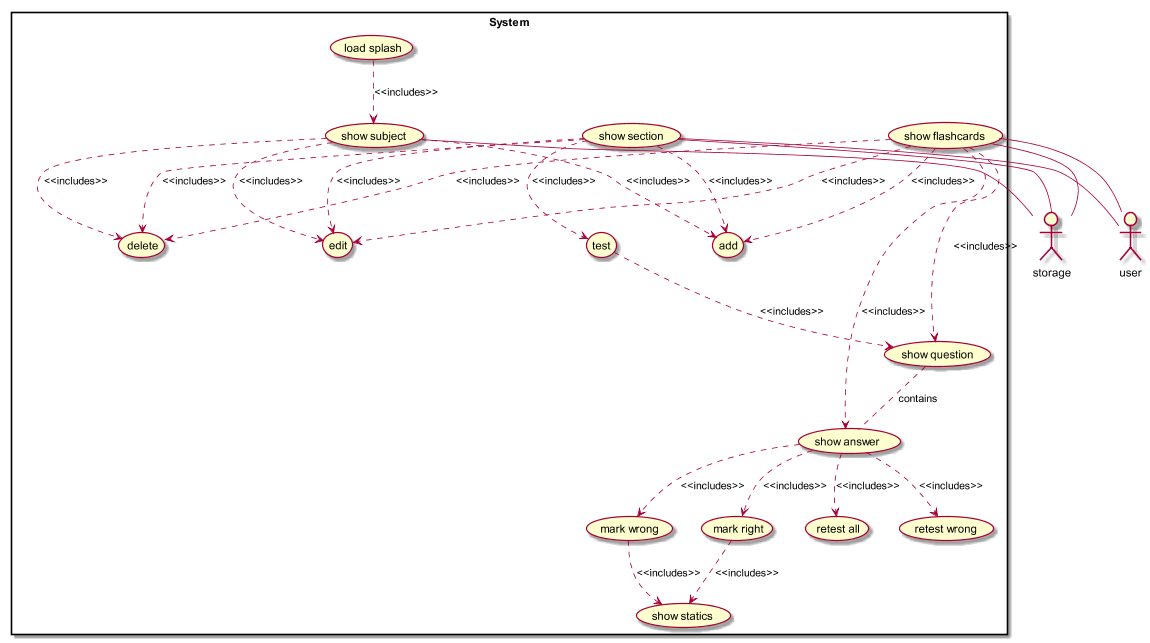
ultiferrago/ElStudioGato keeps this PlantUML diagram as app/UML/Usecase Diagram/Usecase.png. Above is the earlier version.
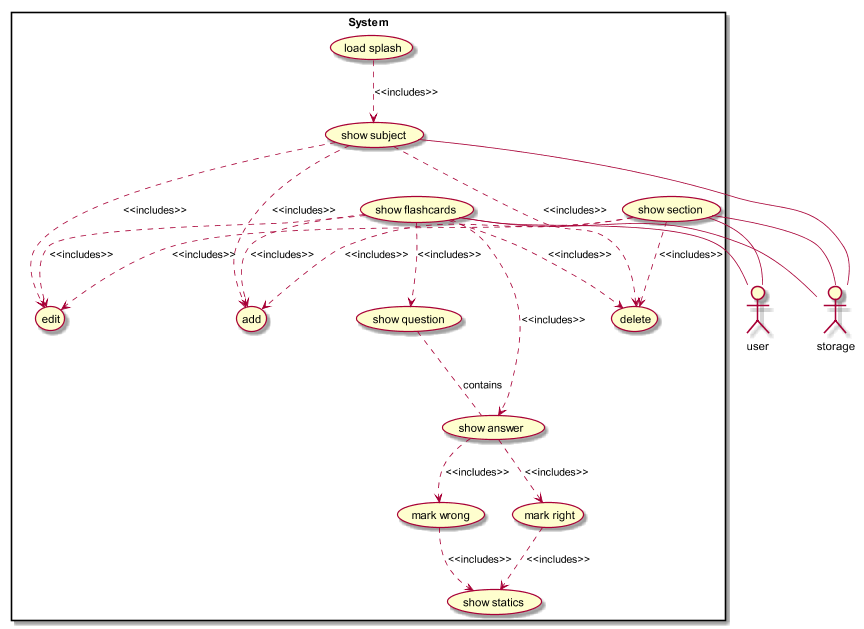
The same diagram one commit later.

The edit, as a diff of the source:
```diff
@@ -4,17 +4,15 @@
 Actor storage
 rectangle System {
 (load splash) ..> (show subject) : <<includes>>
-(show subject) ..> (add) : <<includes>>
-(show subject) ..> (delete) :  <<includes>>
+(show subject) ...> (add) : <<includes>>
+(show subject) ...> (delete) :  <<includes>>
 (show subject) -- storage
-(show subject) ..> (edit) : <<includes>>
+(show subject) ...> (edit) : <<includes>>
 
 (show section) -- storage
 (show section) -- user
 (show section) ..> (edit) : <<includes>>
 
-(show section) ..> (test) : <<includes>>
-(test) ..> (show question) : <<includes>>
 (show flashcards) ..> (show question) : <<includes>>
 (show section) ..> (add) : <<includes>>
 (show section) ..> (delete) : <<includes>>
@@ -32,8 +30,6 @@
 (mark wrong) ..> (show statics) : <<includes>>
 (mark right) ..> (show statics) : <<includes>>
 
-(show answer) ..> (retest all) : <<includes>>
-(show answer) ..> (retest wrong) : <<includes>>
 }
 
 
```
